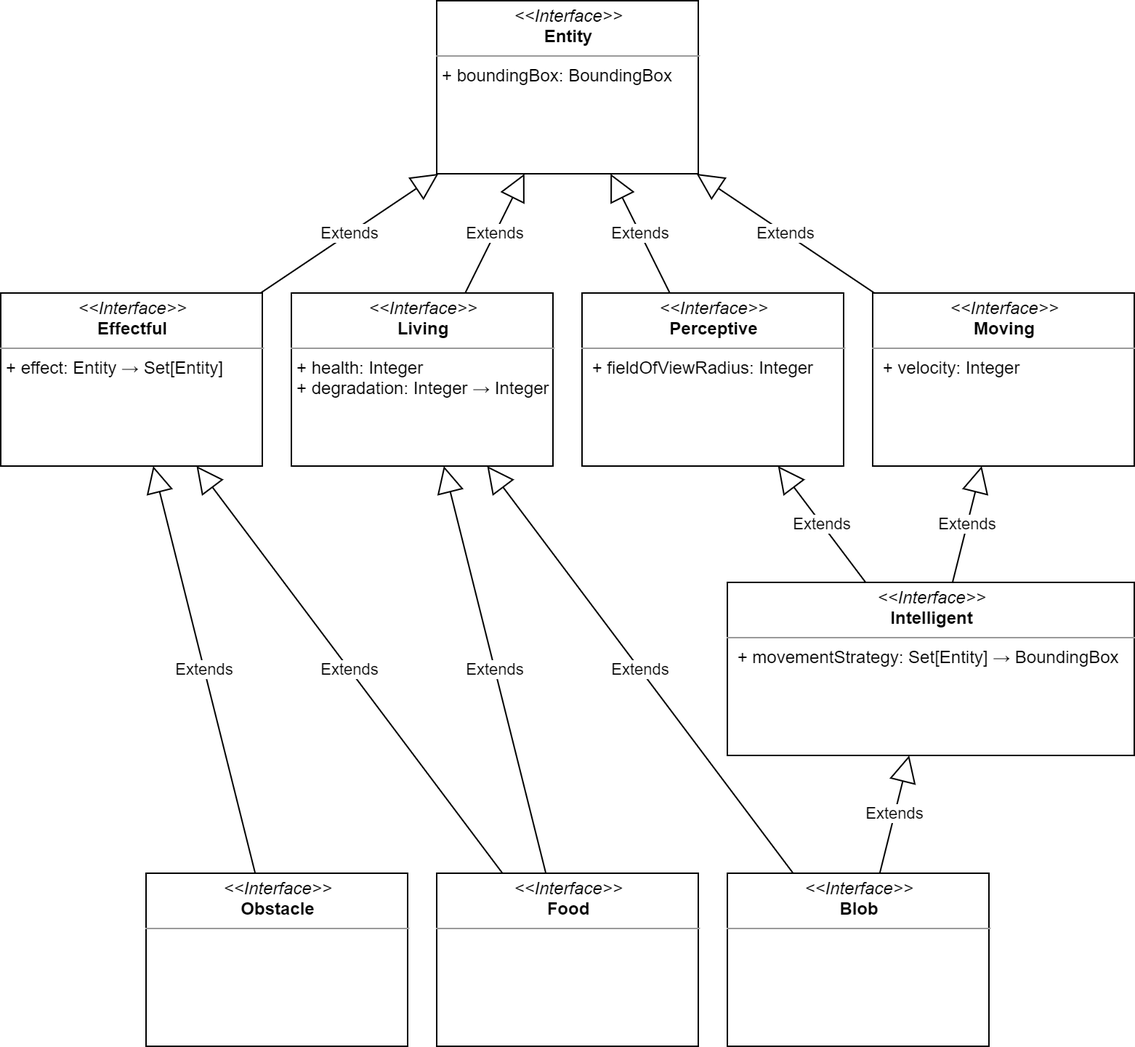
This is doc/report/img/ModelHierarchy.png from danielegiulianini/evo-sim, a draw.io export, as it was before one commit. Source tidied: cells renumbered, new cells last; positions are measured from the earlier drawing's top-left corner, leaving out a move shared by most shapes.
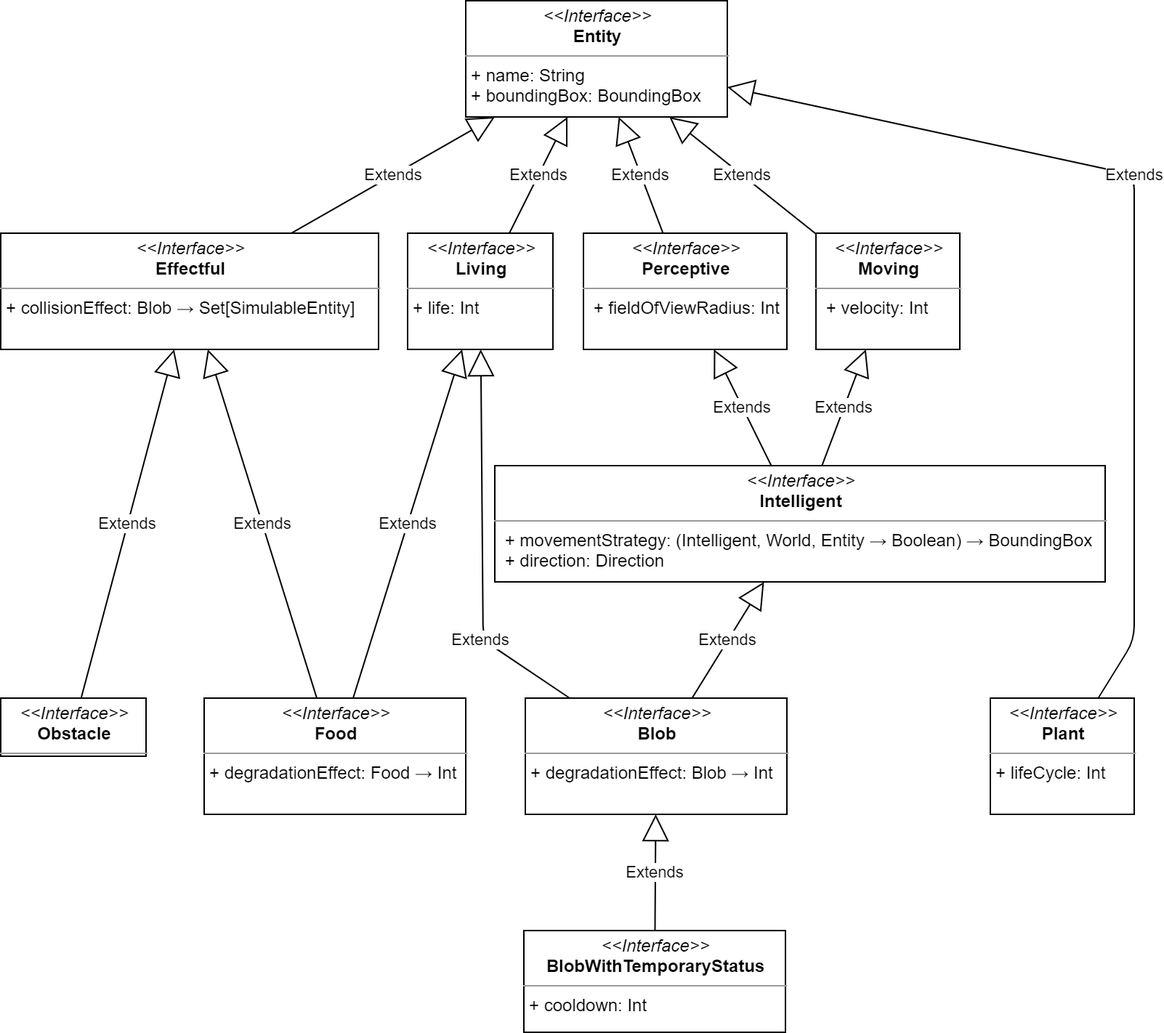
Above is the later version.

The edit, as a diff of the source:
```diff
@@ -2,65 +2,86 @@
   <root>
     <mxCell id="0" />
     <mxCell id="1" parent="0" />
-    <mxCell id="2" value="&lt;p style=&quot;margin: 0px ; margin-top: 4px ; text-align: center&quot;&gt;&lt;i&gt;&amp;lt;&amp;lt;Interface&amp;gt;&amp;gt;&lt;/i&gt;&lt;br&gt;&lt;b&gt;Blob&lt;/b&gt;&lt;/p&gt;&lt;hr size=&quot;1&quot;&gt;&lt;p style=&quot;margin: 0px ; margin-left: 4px&quot;&gt;&lt;br&gt;&lt;/p&gt;" style="verticalAlign=top;align=left;overflow=fill;fontSize=12;fontFamily=Helvetica;html=1;" parent="1" vertex="1">
-      <mxGeometry x="500" y="600" width="180" height="119" as="geometry" />
-    </mxCell>
-    <mxCell id="3" value="&lt;p style=&quot;margin: 0px ; margin-top: 4px ; text-align: center&quot;&gt;&lt;i&gt;&amp;lt;&amp;lt;Interface&amp;gt;&amp;gt;&lt;/i&gt;&lt;br&gt;&lt;b&gt;Effectful&lt;/b&gt;&lt;/p&gt;&lt;hr size=&quot;1&quot;&gt;&lt;p style=&quot;margin: 0px ; margin-left: 4px&quot;&gt;+ effect: Entity → Set[Entity]&lt;/p&gt;" style="verticalAlign=top;align=left;overflow=fill;fontSize=12;fontFamily=Helvetica;html=1;" parent="1" vertex="1">
-      <mxGeometry y="201" width="180" height="119" as="geometry" />
-    </mxCell>
-    <mxCell id="4" value="&lt;p style=&quot;margin: 0px ; margin-top: 4px ; text-align: center&quot;&gt;&lt;i&gt;&amp;lt;&amp;lt;Interface&amp;gt;&amp;gt;&lt;/i&gt;&lt;br&gt;&lt;b&gt;Food&lt;/b&gt;&lt;/p&gt;&lt;hr size=&quot;1&quot;&gt;&lt;p style=&quot;margin: 0px ; margin-left: 4px&quot;&gt;&lt;br&gt;&lt;/p&gt;" style="verticalAlign=top;align=left;overflow=fill;fontSize=12;fontFamily=Helvetica;html=1;" parent="1" vertex="1">
-      <mxGeometry x="300" y="600" width="180" height="119" as="geometry" />
-    </mxCell>
+    <mxCell id="22" value="&lt;p style=&quot;margin: 0px ; margin-top: 4px ; text-align: center&quot;&gt;&lt;i&gt;&amp;lt;&amp;lt;Interface&amp;gt;&amp;gt;&lt;/i&gt;&lt;br&gt;&lt;b&gt;Blob&lt;/b&gt;&lt;/p&gt;&lt;hr size=&quot;1&quot;&gt;&lt;p style=&quot;margin: 0px ; margin-left: 4px&quot;&gt;+ degradationEffect: Blob → Int&lt;br&gt;&lt;/p&gt;" style="verticalAlign=top;align=left;overflow=fill;fontSize=12;fontFamily=Helvetica;html=1;" parent="1" vertex="1">
+      <mxGeometry x="461" y="600" width="180" height="80" as="geometry" />
+    </mxCell>
+    <mxCell id="23" value="&lt;p style=&quot;margin: 0px ; margin-top: 4px ; text-align: center&quot;&gt;&lt;i&gt;&amp;lt;&amp;lt;Interface&amp;gt;&amp;gt;&lt;/i&gt;&lt;br&gt;&lt;b&gt;Effectful&lt;/b&gt;&lt;/p&gt;&lt;hr size=&quot;1&quot;&gt;&lt;p style=&quot;margin: 0px ; margin-left: 4px&quot;&gt;+ collisionEffect: Blob → Set[SimulableEntity]&lt;/p&gt;" style="verticalAlign=top;align=left;overflow=fill;fontSize=12;fontFamily=Helvetica;html=1;" parent="1" vertex="1">
+      <mxGeometry x="100" y="280" width="260" height="80" as="geometry" />
+    </mxCell>
+    <mxCell id="24" value="&lt;p style=&quot;margin: 0px ; margin-top: 4px ; text-align: center&quot;&gt;&lt;i&gt;&amp;lt;&amp;lt;Interface&amp;gt;&amp;gt;&lt;/i&gt;&lt;br&gt;&lt;b&gt;Food&lt;/b&gt;&lt;/p&gt;&lt;hr size=&quot;1&quot;&gt;&lt;p style=&quot;margin: 0px ; margin-left: 4px&quot;&gt;+ degradationEffect: Food → Int&lt;br&gt;&lt;/p&gt;" style="verticalAlign=top;align=left;overflow=fill;fontSize=12;fontFamily=Helvetica;html=1;" parent="1" vertex="1">
+      <mxGeometry x="240" y="600" width="180" height="80" as="geometry" />
+    </mxCell>
     <mxCell id="5" value="&lt;p style=&quot;margin: 0px ; margin-top: 4px ; text-align: center&quot;&gt;&lt;i&gt;&amp;lt;&amp;lt;Interface&amp;gt;&amp;gt;&lt;/i&gt;&lt;br&gt;&lt;b&gt;Obstacle&lt;/b&gt;&lt;/p&gt;&lt;hr size=&quot;1&quot;&gt;&lt;p style=&quot;margin: 0px ; margin-left: 4px&quot;&gt;&lt;br&gt;&lt;/p&gt;" style="verticalAlign=top;align=left;overflow=fill;fontSize=12;fontFamily=Helvetica;html=1;" parent="1" vertex="1">
-      <mxGeometry x="100" y="600" width="180" height="119" as="geometry" />
+      <mxGeometry x="100" y="600" width="100" height="40" as="geometry" />
     </mxCell>
-    <mxCell id="6" value="&lt;p style=&quot;margin: 0px ; margin-top: 4px ; text-align: center&quot;&gt;&lt;i&gt;&amp;lt;&amp;lt;Interface&amp;gt;&amp;gt;&lt;/i&gt;&lt;br&gt;&lt;b&gt;Entity&lt;/b&gt;&lt;/p&gt;&lt;hr size=&quot;1&quot;&gt;&lt;p style=&quot;margin: 0px ; margin-left: 4px&quot;&gt;+ boundingBox: BoundingBox&lt;/p&gt;" style="verticalAlign=top;align=left;overflow=fill;fontSize=12;fontFamily=Helvetica;html=1;" parent="1" vertex="1">
-      <mxGeometry x="300" width="180" height="119" as="geometry" />
-    </mxCell>
-    <mxCell id="7" value="&lt;p style=&quot;margin: 0px ; margin-top: 4px ; text-align: center&quot;&gt;&lt;i&gt;&amp;lt;&amp;lt;Interface&amp;gt;&amp;gt;&lt;/i&gt;&lt;br&gt;&lt;b&gt;Living&lt;/b&gt;&lt;/p&gt;&lt;hr size=&quot;1&quot;&gt;&lt;p style=&quot;margin: 0px ; margin-left: 4px&quot;&gt;+ health: Integer&lt;/p&gt;&lt;p style=&quot;margin: 0px ; margin-left: 4px&quot;&gt;+ degradation: Integer → Integer&lt;/p&gt;" style="verticalAlign=top;align=left;overflow=fill;fontSize=12;fontFamily=Helvetica;html=1;" parent="1" vertex="1">
-      <mxGeometry x="200" y="201" width="180" height="119" as="geometry" />
-    </mxCell>
-    <mxCell id="8" value="Extends" style="endArrow=block;endSize=16;endFill=0;html=1;" parent="1" edge="1" source="4" target="7">
-      <mxGeometry relative="1" as="geometry" />
-    </mxCell>
-    <mxCell id="9" value="Extends" style="endArrow=block;endSize=16;endFill=0;html=1;" parent="1" edge="1" source="2" target="7">
-      <mxGeometry relative="1" as="geometry" />
-    </mxCell>
-    <mxCell id="10" value="Extends" style="endArrow=block;endSize=16;endFill=0;html=1;" parent="1" edge="1" source="4" target="3">
-      <mxGeometry relative="1" as="geometry" />
-    </mxCell>
-    <mxCell id="11" value="Extends" style="endArrow=block;endSize=16;endFill=0;html=1;" parent="1" edge="1" source="5" target="3">
-      <mxGeometry relative="1" as="geometry" />
-    </mxCell>
-    <mxCell id="12" value="Extends" style="endArrow=block;endSize=16;endFill=0;html=1;" parent="1" edge="1" source="3" target="6">
-      <mxGeometry relative="1" as="geometry" />
-    </mxCell>
-    <mxCell id="13" value="Extends" style="endArrow=block;endSize=16;endFill=0;html=1;" parent="1" edge="1" source="7" target="6">
-      <mxGeometry relative="1" as="geometry" />
-    </mxCell>
-    <mxCell id="14" value="&lt;p style=&quot;margin: 0px ; margin-top: 4px ; text-align: center&quot;&gt;&lt;i&gt;&amp;lt;&amp;lt;Interface&amp;gt;&amp;gt;&lt;/i&gt;&lt;br&gt;&lt;b&gt;Perceptive&lt;/b&gt;&lt;/p&gt;&lt;hr size=&quot;1&quot;&gt;&lt;p style=&quot;margin: 0px ; margin-left: 4px&quot;&gt;&amp;nbsp;+ fieldOfViewRadius: Integer&lt;br&gt;&lt;/p&gt;" style="verticalAlign=top;align=left;overflow=fill;fontSize=12;fontFamily=Helvetica;html=1;" parent="1" vertex="1">
-      <mxGeometry x="400" y="201" width="180" height="119" as="geometry" />
-    </mxCell>
-    <mxCell id="15" value="Extends" style="endArrow=block;endSize=16;endFill=0;html=1;" parent="1" edge="1" source="2" target="19">
-      <mxGeometry relative="1" as="geometry" />
-    </mxCell>
-    <mxCell id="16" value="Extends" style="endArrow=block;endSize=16;endFill=0;html=1;" parent="1" edge="1" source="14" target="6">
-      <mxGeometry relative="1" as="geometry" />
-    </mxCell>
-    <mxCell id="17" value="&lt;p style=&quot;margin: 0px ; margin-top: 4px ; text-align: center&quot;&gt;&lt;i&gt;&amp;lt;&amp;lt;Interface&amp;gt;&amp;gt;&lt;/i&gt;&lt;br&gt;&lt;b&gt;Moving&lt;/b&gt;&lt;/p&gt;&lt;hr size=&quot;1&quot;&gt;&lt;p style=&quot;margin: 0px ; margin-left: 4px&quot;&gt;&amp;nbsp;+ velocity: Integer&lt;br&gt;&lt;/p&gt;" style="verticalAlign=top;align=left;overflow=fill;fontSize=12;fontFamily=Helvetica;html=1;" parent="1" vertex="1">
-      <mxGeometry x="600" y="201" width="180" height="119" as="geometry" />
-    </mxCell>
-    <mxCell id="18" value="Extends" style="endArrow=block;endSize=16;endFill=0;html=1;" parent="1" edge="1" source="17" target="6">
-      <mxGeometry relative="1" as="geometry" />
-    </mxCell>
-    <mxCell id="19" value="&lt;p style=&quot;margin: 0px ; margin-top: 4px ; text-align: center&quot;&gt;&lt;i&gt;&amp;lt;&amp;lt;Interface&amp;gt;&amp;gt;&lt;/i&gt;&lt;br&gt;&lt;b&gt;Intelligent&lt;/b&gt;&lt;/p&gt;&lt;hr size=&quot;1&quot;&gt;&lt;p style=&quot;margin: 0px ; margin-left: 4px&quot;&gt;&amp;nbsp;+ movementStrategy: Set[Entity] → BoundingBox&lt;/p&gt;" style="verticalAlign=top;align=left;overflow=fill;fontSize=12;fontFamily=Helvetica;html=1;" parent="1" vertex="1">
-      <mxGeometry x="500" y="400" width="280" height="119" as="geometry" />
-    </mxCell>
-    <mxCell id="20" value="Extends" style="endArrow=block;endSize=16;endFill=0;html=1;" parent="1" edge="1" source="19" target="14">
-      <mxGeometry relative="1" as="geometry" />
-    </mxCell>
-    <mxCell id="21" value="Extends" style="endArrow=block;endSize=16;endFill=0;html=1;" parent="1" edge="1" source="19" target="17">
-      <mxGeometry relative="1" as="geometry" />
-    </mxCell>
+    <mxCell id="25" value="&lt;p style=&quot;margin: 0px ; margin-top: 4px ; text-align: center&quot;&gt;&lt;i&gt;&amp;lt;&amp;lt;Interface&amp;gt;&amp;gt;&lt;/i&gt;&lt;br&gt;&lt;b&gt;Entity&lt;/b&gt;&lt;/p&gt;&lt;hr size=&quot;1&quot;&gt;&lt;p style=&quot;margin: 0px ; margin-left: 4px&quot;&gt;+ name: String&lt;/p&gt;&lt;p style=&quot;margin: 0px ; margin-left: 4px&quot;&gt;+ boundingBox: BoundingBox&lt;/p&gt;" style="verticalAlign=top;align=left;overflow=fill;fontSize=12;fontFamily=Helvetica;html=1;" parent="1" vertex="1">
+      <mxGeometry x="420" y="120" width="180" height="80" as="geometry" />
+    </mxCell>
+    <mxCell id="26" value="&lt;p style=&quot;margin: 0px ; margin-top: 4px ; text-align: center&quot;&gt;&lt;i&gt;&amp;lt;&amp;lt;Interface&amp;gt;&amp;gt;&lt;/i&gt;&lt;br&gt;&lt;b&gt;Living&lt;/b&gt;&lt;/p&gt;&lt;hr size=&quot;1&quot;&gt;&lt;p style=&quot;margin: 0px ; margin-left: 4px&quot;&gt;+ life: Int&lt;/p&gt;" style="verticalAlign=top;align=left;overflow=fill;fontSize=12;fontFamily=Helvetica;html=1;" parent="1" vertex="1">
+      <mxGeometry x="380" y="280" width="100" height="80" as="geometry" />
+    </mxCell>
+    <mxCell id="27" value="Extends" style="endArrow=block;endSize=16;endFill=0;html=1;" parent="1" edge="1" source="24" target="26">
+      <mxGeometry relative="1" as="geometry" />
+    </mxCell>
+    <mxCell id="28" value="Extends" style="endArrow=block;endSize=16;endFill=0;html=1;" parent="1" edge="1" source="22" target="26">
+      <mxGeometry x="-0.47" y="2" relative="1" as="geometry">
+        <Array as="points">
+          <mxPoint x="432" y="560" />
+        </Array>
+      </mxGeometry>
+    </mxCell>
+    <mxCell id="29" value="Extends" style="endArrow=block;endSize=16;endFill=0;html=1;" parent="1" edge="1" source="24" target="23">
+      <mxGeometry relative="1" as="geometry" />
+    </mxCell>
+    <mxCell id="30" value="Extends" style="endArrow=block;endSize=16;endFill=0;html=1;" parent="1" edge="1" source="5" target="23">
+      <mxGeometry relative="1" as="geometry" />
+    </mxCell>
+    <mxCell id="31" value="Extends" style="endArrow=block;endSize=16;endFill=0;html=1;" parent="1" edge="1" source="23" target="25">
+      <mxGeometry relative="1" as="geometry" />
+    </mxCell>
+    <mxCell id="32" value="Extends" style="endArrow=block;endSize=16;endFill=0;html=1;" parent="1" edge="1" source="26" target="25">
+      <mxGeometry relative="1" as="geometry" />
+    </mxCell>
+    <mxCell id="33" value="&lt;p style=&quot;margin: 0px ; margin-top: 4px ; text-align: center&quot;&gt;&lt;i&gt;&amp;lt;&amp;lt;Interface&amp;gt;&amp;gt;&lt;/i&gt;&lt;br&gt;&lt;b&gt;Perceptive&lt;/b&gt;&lt;/p&gt;&lt;hr size=&quot;1&quot;&gt;&lt;p style=&quot;margin: 0px ; margin-left: 4px&quot;&gt;&amp;nbsp;+ fieldOfViewRadius: Int&lt;br&gt;&lt;/p&gt;" style="verticalAlign=top;align=left;overflow=fill;fontSize=12;fontFamily=Helvetica;html=1;" parent="1" vertex="1">
+      <mxGeometry x="501" y="280" width="140" height="80" as="geometry" />
+    </mxCell>
+    <mxCell id="34" value="Extends" style="endArrow=block;endSize=16;endFill=0;html=1;" parent="1" edge="1" source="22" target="38">
+      <mxGeometry relative="1" as="geometry" />
+    </mxCell>
+    <mxCell id="35" value="Extends" style="endArrow=block;endSize=16;endFill=0;html=1;" parent="1" edge="1" source="33" target="25">
+      <mxGeometry relative="1" as="geometry" />
+    </mxCell>
+    <mxCell id="36" value="&lt;p style=&quot;margin: 0px ; margin-top: 4px ; text-align: center&quot;&gt;&lt;i&gt;&amp;lt;&amp;lt;Interface&amp;gt;&amp;gt;&lt;/i&gt;&lt;br&gt;&lt;b&gt;Moving&lt;/b&gt;&lt;/p&gt;&lt;hr size=&quot;1&quot;&gt;&lt;p style=&quot;margin: 0px ; margin-left: 4px&quot;&gt;&amp;nbsp;+ velocity: Int&lt;br&gt;&lt;/p&gt;" style="verticalAlign=top;align=left;overflow=fill;fontSize=12;fontFamily=Helvetica;html=1;" parent="1" vertex="1">
+      <mxGeometry x="661" y="280" width="99" height="80" as="geometry" />
+    </mxCell>
+    <mxCell id="37" value="Extends" style="endArrow=block;endSize=16;endFill=0;html=1;" parent="1" edge="1" source="36" target="25">
+      <mxGeometry relative="1" as="geometry" />
+    </mxCell>
+    <mxCell id="38" value="&lt;p style=&quot;margin: 0px ; margin-top: 4px ; text-align: center&quot;&gt;&lt;i&gt;&amp;lt;&amp;lt;Interface&amp;gt;&amp;gt;&lt;/i&gt;&lt;br&gt;&lt;b&gt;Intelligent&lt;/b&gt;&lt;/p&gt;&lt;hr size=&quot;1&quot;&gt;&lt;p style=&quot;margin: 0px ; margin-left: 4px&quot;&gt;&amp;nbsp;+ movementStrategy: (Intelligent, World, Entity → Boolean) → BoundingBox&lt;/p&gt;&lt;p style=&quot;margin: 0px ; margin-left: 4px&quot;&gt;&amp;nbsp;+ direction: Direction&lt;br&gt;&lt;/p&gt;" style="verticalAlign=top;align=left;overflow=fill;fontSize=12;fontFamily=Helvetica;html=1;" parent="1" vertex="1">
+      <mxGeometry x="440" y="440" width="420" height="80" as="geometry" />
+    </mxCell>
+    <mxCell id="39" value="Extends" style="endArrow=block;endSize=16;endFill=0;html=1;" parent="1" edge="1" source="38" target="33">
+      <mxGeometry relative="1" as="geometry" />
+    </mxCell>
+    <mxCell id="40" value="Extends" style="endArrow=block;endSize=16;endFill=0;html=1;" parent="1" edge="1" source="38" target="36">
+      <mxGeometry relative="1" as="geometry" />
+    </mxCell>
+    <mxCell id="41" value="&lt;p style=&quot;margin: 0px ; margin-top: 4px ; text-align: center&quot;&gt;&lt;i&gt;&amp;lt;&amp;lt;Interface&amp;gt;&amp;gt;&lt;/i&gt;&lt;br&gt;&lt;b&gt;Plant&lt;/b&gt;&lt;/p&gt;&lt;hr size=&quot;1&quot;&gt;&lt;p style=&quot;margin: 0px ; margin-left: 4px&quot;&gt;+ lifeCycle: Int&lt;/p&gt;" style="verticalAlign=top;align=left;overflow=fill;fontSize=12;fontFamily=Helvetica;html=1;" parent="1" vertex="1">
+      <mxGeometry x="781" y="600" width="99" height="80" as="geometry" />
+    </mxCell>
+    <mxCell id="42" value="Extends" style="endArrow=block;endSize=16;endFill=0;html=1;" parent="1" edge="1" source="41" target="25">
+      <mxGeometry x="0.12" relative="1" as="geometry">
+        <Array as="points">
+          <mxPoint x="880" y="560" />
+          <mxPoint x="880" y="240" />
+        </Array>
+      </mxGeometry>
+    </mxCell>
+    <mxCell id="43" value="&lt;p style=&quot;margin: 0px ; margin-top: 4px ; text-align: center&quot;&gt;&lt;i&gt;&amp;lt;&amp;lt;Interface&amp;gt;&amp;gt;&lt;/i&gt;&lt;br&gt;&lt;b&gt;BlobWithTemporaryStatus&lt;/b&gt;&lt;/p&gt;&lt;hr size=&quot;1&quot;&gt;&lt;p style=&quot;margin: 0px ; margin-left: 4px&quot;&gt;+ cooldown: Int&lt;br&gt;&lt;/p&gt;" style="verticalAlign=top;align=left;overflow=fill;fontSize=12;fontFamily=Helvetica;html=1;" parent="1" vertex="1">
+      <mxGeometry x="460" y="760" width="180" height="70" as="geometry" />
+    </mxCell>
+    <mxCell id="44" value="Extends" style="endArrow=block;endSize=16;endFill=0;html=1;" parent="1" edge="1" source="43" target="22">
+      <mxGeometry relative="1" as="geometry" />
+    </mxCell>
   </root>
 </mxGraphModel>
```
